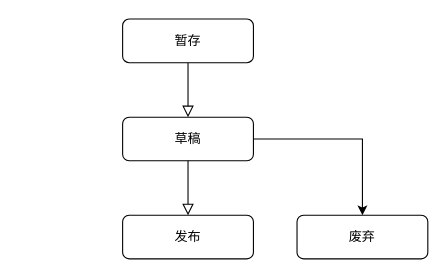
Above: 未命名绘图.drawio in mond70345/emop (draw.io), before the change. Source tidied: cells renumbered, new cells numbered last; positions are measured from the earlier drawing's top-left corner, leaving out a move shared by most shapes. Both pictures are drawn from the tidied source at 109%, with x=0, y=0 at pixel (122, 19).
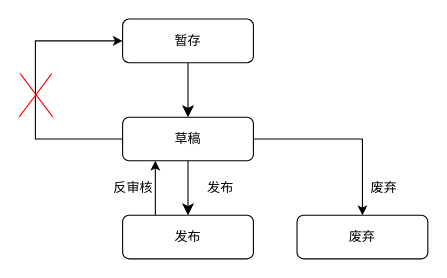
Above is the later version.

Commit message (it also covers changes not shown here):
更新未命名绘图.drawio

The edit, as a diff of the source:
```diff
@@
 <mxGraphModel>
   <root>
     <mxCell id="0" />
     <mxCell id="1" parent="0" />
-    <mxCell id="2" style="rounded=0;html=1;jettySize=auto;fontSize=11;endArrow=block;endFill=0;endSize=8;strokeWidth=1;shadow=0;labelBackgroundColor=none;edgeStyle=orthogonalEdgeStyle;entryX=0.5;entryY=0;entryDx=0;entryDy=0;" parent="1" edge="1" source="3" target="5">
+    <mxCell id="2" style="rounded=0;html=1;jettySize=auto;fontSize=11;endArrow=classic;endFill=1;endSize=8;strokeWidth=1;shadow=0;labelBackgroundColor=none;edgeStyle=orthogonalEdgeStyle;entryX=0.5;entryY=0;entryDx=0;entryDy=0;" parent="1" edge="1" source="3" target="5">
       <mxGeometry relative="1" as="geometry" />
     </mxCell>
     <mxCell id="3" value="暂存" style="rounded=1;whiteSpace=wrap;html=1;fontSize=12;glass=0;strokeWidth=1;shadow=0;" parent="1" vertex="1">
       <mxGeometry width="120" height="40" as="geometry" />
     </mxCell>
     <mxCell id="4" style="edgeStyle=orthogonalEdgeStyle;rounded=0;jettySize=auto;html=1;exitX=1;exitY=0.5;exitDx=0;exitDy=0;entryX=0.5;entryY=0;entryDx=0;entryDy=0;" parent="1" edge="1" source="5" target="8">
       <mxGeometry relative="1" as="geometry" />
     </mxCell>
+    <mxCell id="9" style="edgeStyle=orthogonalEdgeStyle;rounded=0;jettySize=auto;html=1;exitX=0;exitY=0.5;exitDx=0;exitDy=0;entryX=0;entryY=0.5;entryDx=0;entryDy=0;" parent="1" edge="1" source="5" target="3">
+      <mxGeometry relative="1" as="geometry">
+        <Array as="points">
+          <mxPoint x="-80" y="110" />
+          <mxPoint x="-80" y="20" />
+        </Array>
+      </mxGeometry>
+    </mxCell>
     <mxCell id="5" value="草稿" style="rounded=1;whiteSpace=wrap;html=1;fontSize=12;glass=0;strokeWidth=1;shadow=0;" parent="1" vertex="1">
       <mxGeometry y="90" width="120" height="40" as="geometry" />
     </mxCell>
+    <mxCell id="10" style="edgeStyle=orthogonalEdgeStyle;rounded=0;jettySize=auto;html=1;exitX=0.25;exitY=0;exitDx=0;exitDy=0;entryX=0.25;entryY=1;entryDx=0;entryDy=0;" parent="1" edge="1" source="6" target="5">
+      <mxGeometry relative="1" as="geometry" />
+    </mxCell>
     <mxCell id="6" value="发布" style="rounded=1;whiteSpace=wrap;html=1;fontSize=12;glass=0;strokeWidth=1;shadow=0;" parent="1" vertex="1">
       <mxGeometry y="180" width="120" height="40" as="geometry" />
     </mxCell>
-    <mxCell id="7" style="rounded=0;html=1;jettySize=auto;fontSize=11;endArrow=block;endFill=0;endSize=8;strokeWidth=1;shadow=0;labelBackgroundColor=none;edgeStyle=orthogonalEdgeStyle;entryX=0.5;entryY=0;entryDx=0;entryDy=0;exitX=0.5;exitY=1;exitDx=0;exitDy=0;" parent="1" edge="1" source="5" target="6">
+    <mxCell id="7" style="rounded=0;html=1;jettySize=auto;fontSize=11;endArrow=classic;endFill=1;endSize=8;strokeWidth=1;shadow=0;labelBackgroundColor=none;edgeStyle=orthogonalEdgeStyle;entryX=0.5;entryY=0;entryDx=0;entryDy=0;exitX=0.5;exitY=1;exitDx=0;exitDy=0;" parent="1" edge="1" source="5" target="6">
       <mxGeometry relative="1" as="geometry" />
     </mxCell>
     <mxCell id="8" value="废弃" style="rounded=1;whiteSpace=wrap;html=1;fontSize=12;glass=0;strokeWidth=1;shadow=0;" parent="1" vertex="1">
       <mxGeometry x="160" y="180" width="120" height="40" as="geometry" />
     </mxCell>
+    <mxCell id="11" style="endArrow=none;html=1;rounded=0;strokeColor=#ff0505;" parent="1" edge="1">
+      <mxGeometry relative="1" as="geometry">
+        <mxPoint x="-95" y="90" as="sourcePoint" />
+        <mxPoint x="-65" y="50" as="targetPoint" />
+      </mxGeometry>
+    </mxCell>
+    <mxCell id="12" style="endArrow=none;html=1;rounded=0;strokeColor=#fb0404;" parent="1" edge="1">
+      <mxGeometry relative="1" as="geometry">
+        <mxPoint x="-64" y="90" as="sourcePoint" />
+        <mxPoint x="-94" y="50" as="targetPoint" />
+      </mxGeometry>
+    </mxCell>
+    <mxCell id="13" value="反审核" style="text;html=1;strokeColor=none;fillColor=none;align=center;verticalAlign=middle;whiteSpace=wrap;rounded=0;" parent="1" vertex="1">
+      <mxGeometry x="-20" y="140" width="60" height="30" as="geometry" />
+    </mxCell>
+    <mxCell id="14" value="发布" style="text;html=1;strokeColor=none;fillColor=none;align=center;verticalAlign=middle;whiteSpace=wrap;rounded=0;" parent="1" vertex="1">
+      <mxGeometry x="60" y="140" width="60" height="30" as="geometry" />
+    </mxCell>
+    <mxCell id="15" value="废弃" style="text;html=1;strokeColor=none;fillColor=none;align=center;verticalAlign=middle;whiteSpace=wrap;rounded=0;" parent="1" vertex="1">
+      <mxGeometry x="210" y="140" width="60" height="30" as="geometry" />
+    </mxCell>
   </root>
 </mxGraphModel>
```
